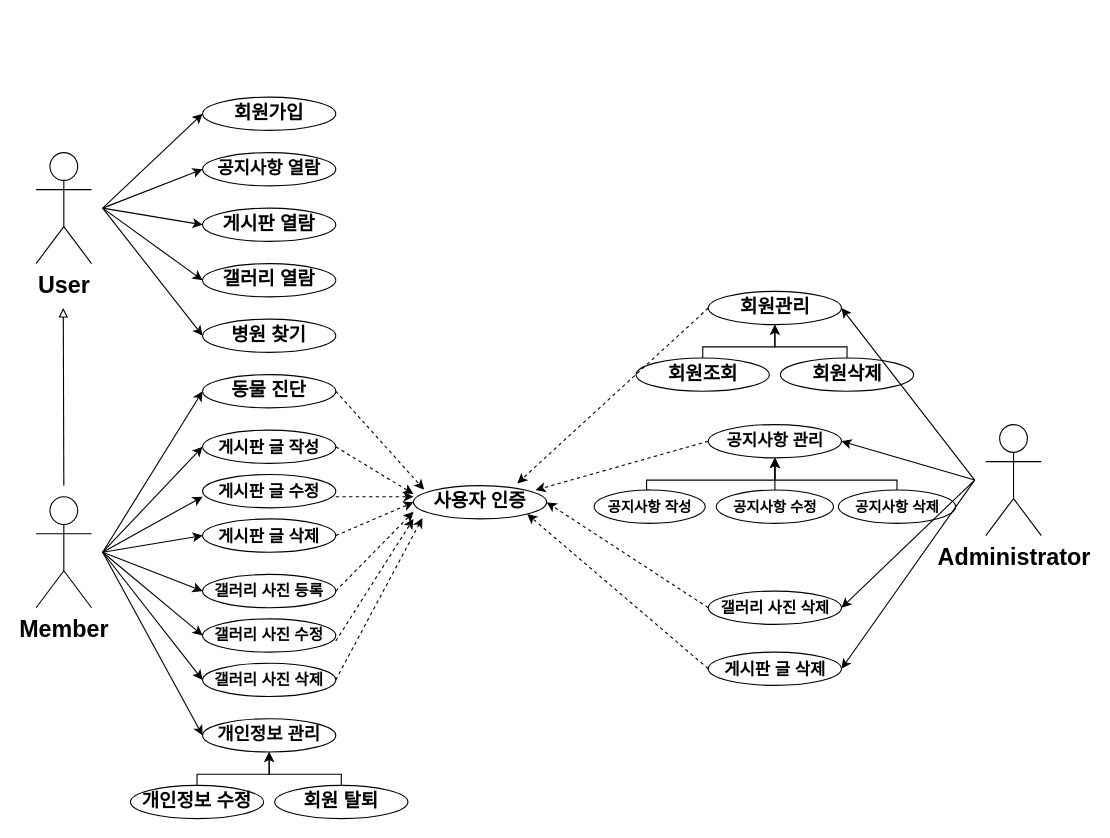
The draw.io diagram usecase.drawio in ch990916/PetDisease, before the edit. Source tidied: cells renumbered, new cells numbered last; positions are measured from the earlier drawing's top-left corner, leaving out a move shared by most shapes. Both pictures are drawn from the tidied source at 111%, with x=0, y=0 at pixel (36, 97).
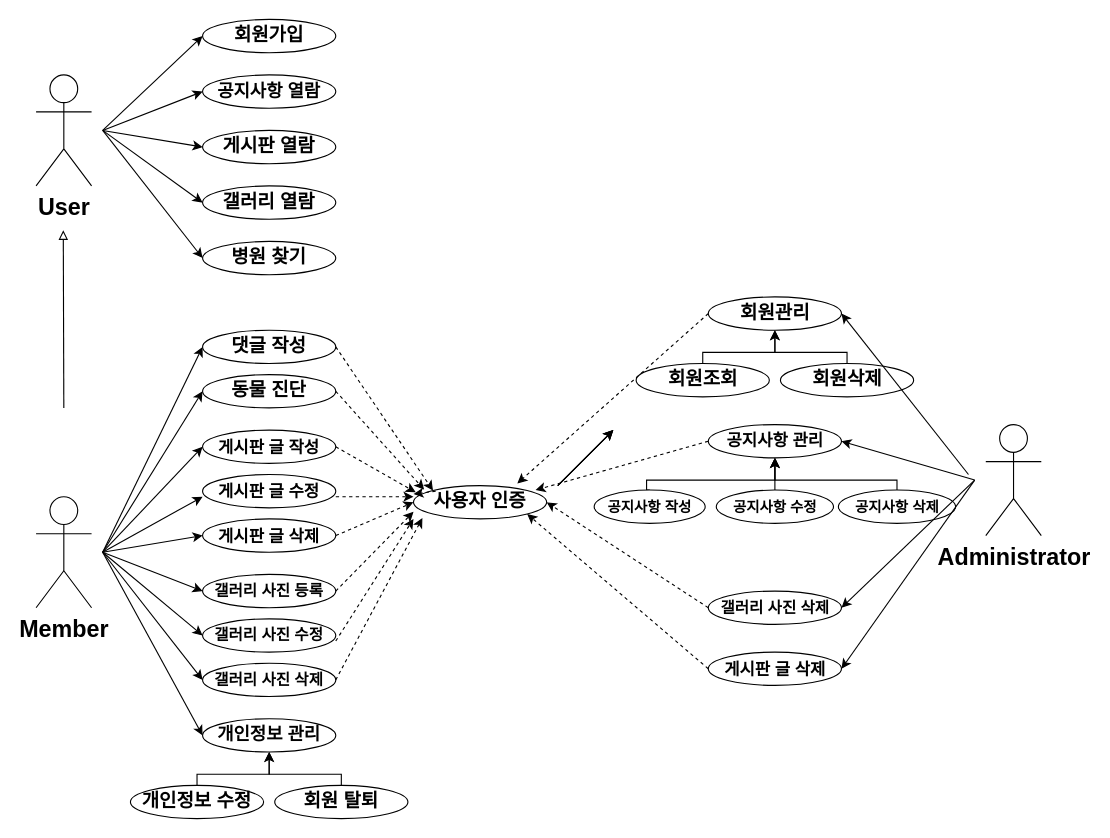
After the change.

Commit message (it also covers changes not shown here):
유스케이스 시나리오 작성(공지사항, 게시판, 갤러리, 댓글 작성), 유스케이스 다이이그램 추가, 개인 작업용 브랜치 추가

The change refers to these unchanged cells:
```xml
<mxCell id="6" value="&lt;font style=&quot;font-size: 15px;&quot;&gt;&lt;b style=&quot;font-size: 15px;&quot;&gt;게시판 글 작성&lt;/b&gt;&lt;/font&gt;" style="ellipse;whiteSpace=wrap;html=1;fontSize=15;" parent="1" vertex="1">
  <mxGeometry x="150" y="300" width="120" height="30" as="geometry" />
</mxCell>
<mxCell id="11" value="&lt;span style=&quot;font-size: 17px;&quot;&gt;&lt;b&gt;사용자 인증&lt;/b&gt;&lt;/span&gt;" style="ellipse;whiteSpace=wrap;html=1;" parent="1" vertex="1">
  <mxGeometry x="340" y="350" width="120" height="30" as="geometry" />
</mxCell>
```

What changed in the source:
```diff
@@
     <mxCell id="2" value="&lt;font style=&quot;font-size: 17px;&quot;&gt;&lt;b&gt;회원가입&lt;/b&gt;&lt;/font&gt;" style="ellipse;whiteSpace=wrap;html=1;" parent="1" vertex="1">
-      <mxGeometry x="150" width="120" height="30" as="geometry" />
+      <mxGeometry x="150" y="-70" width="120" height="30" as="geometry" />
     </mxCell>
     <mxCell id="3" value="&lt;font style=&quot;font-size: 17px;&quot;&gt;&lt;b&gt;게시판 열람&lt;/b&gt;&lt;/font&gt;" style="ellipse;whiteSpace=wrap;html=1;" parent="1" vertex="1">
-      <mxGeometry x="150" y="100" width="120" height="30" as="geometry" />
+      <mxGeometry x="150" y="30" width="120" height="30" as="geometry" />
     </mxCell>
     <mxCell id="4" value="&lt;font style=&quot;font-size: 17px;&quot;&gt;&lt;b&gt;갤러리 열람&lt;/b&gt;&lt;/font&gt;" style="ellipse;whiteSpace=wrap;html=1;" parent="1" vertex="1">
-      <mxGeometry x="150" y="150" width="120" height="30" as="geometry" />
+      <mxGeometry x="150" y="80" width="120" height="30" as="geometry" />
     </mxCell>
@@
     <mxCell id="10" value="&lt;span style=&quot;font-size: 17px;&quot;&gt;&lt;b&gt;병원 찾기&lt;/b&gt;&lt;/span&gt;" style="ellipse;whiteSpace=wrap;html=1;" parent="1" vertex="1">
-      <mxGeometry x="150" y="200" width="120" height="30" as="geometry" />
+      <mxGeometry x="150" y="130" width="120" height="30" as="geometry" />
     </mxCell>
@@
     <mxCell id="12" value="User" style="shape=umlActor;verticalLabelPosition=bottom;verticalAlign=top;html=1;fontSize=21;fontStyle=1;" parent="1" vertex="1">
-      <mxGeometry y="50" width="50" height="100" as="geometry" />
+      <mxGeometry y="-20" width="50" height="100" as="geometry" />
     </mxCell>
@@
-    <mxCell id="15" style="endArrow=classic;html=1;rounded=0;entryX=0;entryY=0.253;entryDx=0;entryDy=0;exitX=1;exitY=0.5;exitDx=0;exitDy=0;dashed=1;entryPerimeter=0;" parent="1" edge="1" source="6" target="11">
-      <mxGeometry relative="1" as="geometry" />
+    <mxCell id="15" style="endArrow=classic;html=1;rounded=0;entryX=0;entryY=0.253;entryDx=0;entryDy=0;exitX=1;exitY=0.5;exitDx=0;exitDy=0;dashed=1;entryPerimeter=0;" parent="1" edge="1" target="11">
+      <mxGeometry relative="1" as="geometry">
+        <mxPoint x="360" y="355" as="sourcePoint" />
+      </mxGeometry>
     </mxCell>
     <mxCell id="16" value="&lt;span style=&quot;font-size: 17px;&quot;&gt;&lt;b style=&quot;font-size: 16px;&quot;&gt;공지사항 열람&lt;/b&gt;&lt;/span&gt;" style="ellipse;whiteSpace=wrap;html=1;" parent="1" vertex="1">
-      <mxGeometry x="150" y="50" width="120" height="30" as="geometry" />
+      <mxGeometry x="150" y="-20" width="120" height="30" as="geometry" />
     </mxCell>
@@
     <mxCell id="25" style="endArrow=classic;html=1;rounded=0;entryX=0;entryY=0.5;entryDx=0;entryDy=0;" parent="1" edge="1">
       <mxGeometry relative="1" as="geometry">
-        <mxPoint x="60" y="100" as="sourcePoint" />
-        <mxPoint x="150" y="15" as="targetPoint" />
+        <mxPoint x="60" y="30" as="sourcePoint" />
+        <mxPoint x="150" y="-55" as="targetPoint" />
       </mxGeometry>
     </mxCell>
     <mxCell id="26" style="endArrow=classic;html=1;rounded=0;entryX=0;entryY=0.5;entryDx=0;entryDy=0;" parent="1" edge="1">
       <mxGeometry relative="1" as="geometry">
-        <mxPoint x="60" y="100" as="sourcePoint" />
-        <mxPoint x="150" y="115" as="targetPoint" />
+        <mxPoint x="60" y="30" as="sourcePoint" />
+        <mxPoint x="150" y="45" as="targetPoint" />
       </mxGeometry>
     </mxCell>
     <mxCell id="27" style="endArrow=classic;html=1;rounded=0;entryX=0;entryY=0.5;entryDx=0;entryDy=0;" parent="1" edge="1">
       <mxGeometry relative="1" as="geometry">
-        <mxPoint x="60" y="100" as="sourcePoint" />
-        <mxPoint x="150" y="165" as="targetPoint" />
+        <mxPoint x="60" y="30" as="sourcePoint" />
+        <mxPoint x="150" y="95" as="targetPoint" />
       </mxGeometry>
     </mxCell>
     <mxCell id="28" style="endArrow=classic;html=1;rounded=0;entryX=0;entryY=0.5;entryDx=0;entryDy=0;" parent="1" edge="1">
       <mxGeometry relative="1" as="geometry">
-        <mxPoint x="60" y="100" as="sourcePoint" />
-        <mxPoint x="150" y="215" as="targetPoint" />
+        <mxPoint x="60" y="30" as="sourcePoint" />
+        <mxPoint x="150" y="145" as="targetPoint" />
       </mxGeometry>
     </mxCell>
     <mxCell id="29" style="endArrow=classic;html=1;rounded=0;entryX=0;entryY=0.5;entryDx=0;entryDy=0;" parent="1" edge="1">
       <mxGeometry relative="1" as="geometry">
-        <mxPoint x="60" y="100" as="sourcePoint" />
-        <mxPoint x="150" y="65" as="targetPoint" />
+        <mxPoint x="60" y="30" as="sourcePoint" />
+        <mxPoint x="150" y="-5" as="targetPoint" />
       </mxGeometry>
     </mxCell>
     <mxCell id="30" style="endArrow=block;html=1;rounded=0;endFill=0;" parent="1" edge="1">
       <mxGeometry relative="1" as="geometry">
-        <mxPoint x="25" y="350" as="sourcePoint" />
-        <mxPoint x="24.5" y="190" as="targetPoint" />
+        <mxPoint x="25" y="280" as="sourcePoint" />
+        <mxPoint x="24.5" y="120" as="targetPoint" />
       </mxGeometry>
     </mxCell>
@@
     <mxCell id="32" value="&lt;font style=&quot;font-size: 17px;&quot;&gt;&lt;b&gt;회원관리&lt;/b&gt;&lt;/font&gt;" style="ellipse;whiteSpace=wrap;html=1;" parent="1" vertex="1">
-      <mxGeometry x="605.6" y="175" width="120" height="30" as="geometry" />
+      <mxGeometry x="605.6" y="180" width="120" height="30" as="geometry" />
     </mxCell>
     <mxCell id="33" style="edgeStyle=orthogonalEdgeStyle;rounded=0;jettySize=auto;html=1;exitX=0.5;exitY=0;exitDx=0;exitDy=0;entryX=0.5;entryY=1;entryDx=0;entryDy=0;" parent="1" edge="1" source="34" target="32">
       <mxGeometry relative="1" as="geometry">
         <Array as="points">
-          <mxPoint x="600.6" y="225" />
-          <mxPoint x="665.6" y="225" />
+          <mxPoint x="600.6" y="230" />
+          <mxPoint x="665.6" y="230" />
         </Array>
       </mxGeometry>
     </mxCell>
     <mxCell id="34" value="&lt;font style=&quot;font-size: 17px;&quot;&gt;&lt;b&gt;회원조회&lt;/b&gt;&lt;/font&gt;" style="ellipse;whiteSpace=wrap;html=1;" parent="1" vertex="1">
-      <mxGeometry x="540.6" y="235" width="120" height="30" as="geometry" />
+      <mxGeometry x="540.6" y="240" width="120" height="30" as="geometry" />
     </mxCell>
     <mxCell id="35" style="edgeStyle=orthogonalEdgeStyle;rounded=0;jettySize=auto;html=1;exitX=0.5;exitY=0;exitDx=0;exitDy=0;entryX=0.5;entryY=1;entryDx=0;entryDy=0;" parent="1" edge="1" source="36" target="32">
       <mxGeometry relative="1" as="geometry">
         <Array as="points">
-          <mxPoint x="730.6" y="225" />
-          <mxPoint x="665.6" y="225" />
+          <mxPoint x="730.6" y="230" />
+          <mxPoint x="665.6" y="230" />
         </Array>
       </mxGeometry>
     </mxCell>
     <mxCell id="36" value="&lt;font style=&quot;font-size: 17px;&quot;&gt;&lt;b&gt;회원삭제&lt;/b&gt;&lt;/font&gt;" style="ellipse;whiteSpace=wrap;html=1;" parent="1" vertex="1">
-      <mxGeometry x="670.6" y="235" width="120" height="30" as="geometry" />
+      <mxGeometry x="670.6" y="240" width="120" height="30" as="geometry" />
     </mxCell>
@@
     <mxCell id="48" style="endArrow=classic;html=1;rounded=0;entryX=1;entryY=0.5;entryDx=0;entryDy=0;" parent="1" edge="1" target="32">
       <mxGeometry relative="1" as="geometry">
-        <mxPoint x="845.6" y="345" as="sourcePoint" />
+        <mxPoint x="840" y="340" as="sourcePoint" />
       </mxGeometry>
     </mxCell>
@@
+    <mxCell id="66" style="endArrow=classic;html=1;rounded=0;exitX=1;exitY=0.5;exitDx=0;exitDy=0;dashed=1;entryX=0.017;entryY=0.2;entryDx=0;entryDy=0;entryPerimeter=0;" parent="1" edge="1" source="6" target="11">
+      <mxGeometry relative="1" as="geometry" />
+    </mxCell>
+    <mxCell id="67" value="&lt;font style=&quot;font-size: 17px;&quot;&gt;&lt;b&gt;댓글 작성&lt;/b&gt;&lt;/font&gt;" style="ellipse;whiteSpace=wrap;html=1;" parent="1" vertex="1">
+      <mxGeometry x="150" y="210" width="120" height="30" as="geometry" />
+    </mxCell>
+    <mxCell id="68" style="endArrow=classic;html=1;rounded=0;" parent="1" edge="1">
+      <mxGeometry relative="1" as="geometry">
+        <mxPoint x="470" y="350" as="sourcePoint" />
+        <mxPoint x="520" y="300" as="targetPoint" />
+      </mxGeometry>
+    </mxCell>
+    <mxCell id="69" style="endArrow=classic;html=1;rounded=0;" parent="1" edge="1">
+      <mxGeometry relative="1" as="geometry">
+        <mxPoint x="470" y="350" as="sourcePoint" />
+        <mxPoint x="520" y="300" as="targetPoint" />
+      </mxGeometry>
+    </mxCell>
+    <mxCell id="70" style="endArrow=classic;html=1;rounded=0;entryX=0;entryY=0.5;entryDx=0;entryDy=0;" parent="1" edge="1" target="67">
+      <mxGeometry relative="1" as="geometry">
+        <mxPoint x="60" y="410" as="sourcePoint" />
+      </mxGeometry>
+    </mxCell>
+    <mxCell id="71" style="endArrow=classic;html=1;rounded=0;" parent="1" edge="1">
+      <mxGeometry relative="1" as="geometry">
+        <mxPoint x="470" y="350" as="sourcePoint" />
+        <mxPoint x="520" y="300" as="targetPoint" />
+      </mxGeometry>
+    </mxCell>
+    <mxCell id="72" style="endArrow=classic;html=1;rounded=0;dashed=1;entryX=0;entryY=0;entryDx=0;entryDy=0;exitX=1;exitY=0.5;exitDx=0;exitDy=0;" parent="1" edge="1" source="67" target="11">
+      <mxGeometry relative="1" as="geometry" />
+    </mxCell>
```
